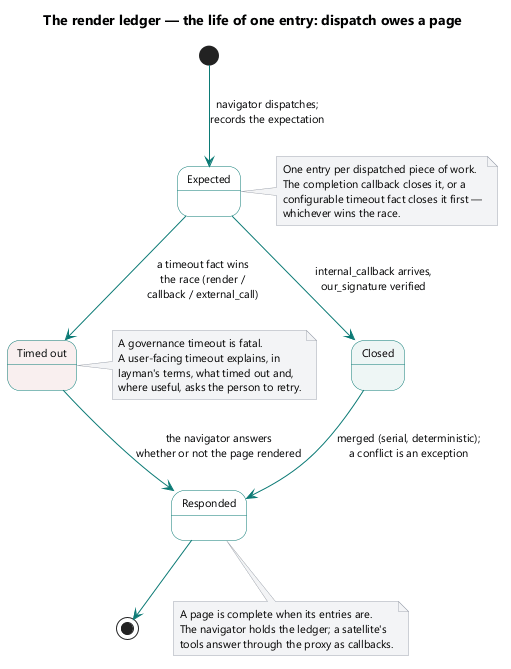
Before: brain/machine_artifacts/diagramsAndImages/rendered/render_ledger_lifecycle.png, a diagram exported from PlantUML (SkipSnow/ChatHealthyRepo).
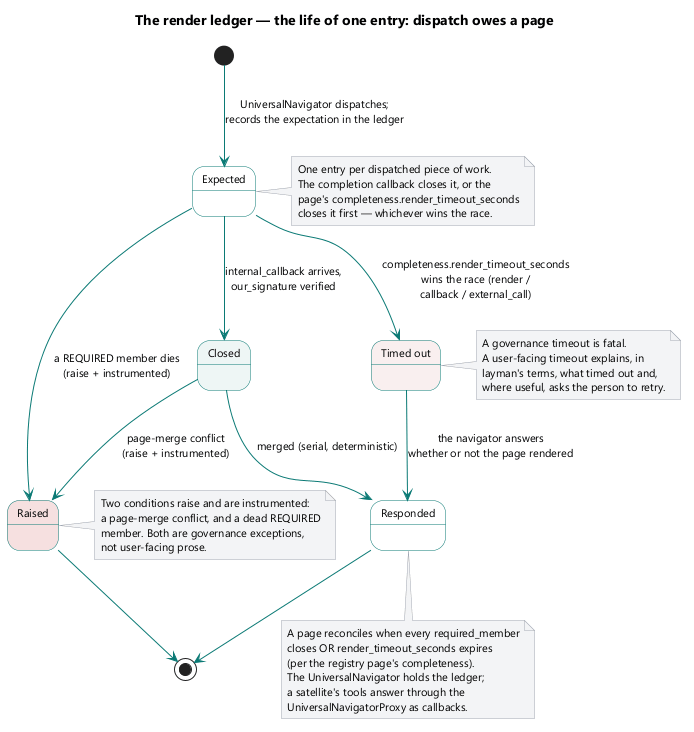
Later version of the same file.

Diff of the diagram source:
```diff
@@ -10,26 +10,30 @@
 skinparam NoteBackgroundColor #f3f4f6
 skinparam NoteBorderColor #9ca3af
 
-[*] --> Expected : navigator dispatches;\nrecords the expectation
+[*] --> Expected : UniversalNavigator dispatches;\nrecords the expectation in the ledger
 
 state Expected #fdfdfd
 state "Closed" as Closed #eef6f5
 state "Timed out" as TimedOut #f9efef
 state Responded #fdfdfd
+state "Raised" as Raised #f6e0e0
 
 Expected --> Closed : internal_callback arrives,\nour_signature verified
-Expected --> TimedOut : a timeout fact wins\nthe race (render /\ncallback / external_call)
+Expected --> TimedOut : completeness.render_timeout_seconds\nwins the race (render /\ncallback / external_call)
+Expected --> Raised : a REQUIRED member dies\n(raise + instrumented)
 
-Closed --> Responded : merged (serial, deterministic);\na conflict is an exception
+Closed --> Responded : merged (serial, deterministic)
+Closed --> Raised : page-merge conflict\n(raise + instrumented)
 TimedOut --> Responded : the navigator answers\nwhether or not the page rendered
 
 Responded --> [*]
+Raised --> [*]
 
 note right of Expected
   One entry per dispatched piece of work.
-  The completion callback closes it, or a
-  configurable timeout fact closes it first —
-  whichever wins the race.
+  The completion callback closes it, or the
+  page's completeness.render_timeout_seconds
+  closes it first — whichever wins the race.
 end note
 
 note right of TimedOut
@@ -39,9 +43,19 @@
   where useful, asks the person to retry.
 end note
 
+note right of Raised
+  Two conditions raise and are instrumented:
+  a page-merge conflict, and a dead REQUIRED
+  member. Both are governance exceptions,
+  not user-facing prose.
+end note
+
 note bottom of Responded
-  A page is complete when its entries are.
-  The navigator holds the ledger; a satellite's
-  tools answer through the proxy as callbacks.
+  A page reconciles when every required_member
+  closes OR render_timeout_seconds expires
+  (per the registry page's completeness).
+  The UniversalNavigator holds the ledger;
+  a satellite's tools answer through the
+  UniversalNavigatorProxy as callbacks.
 end note
 @enduml
```
